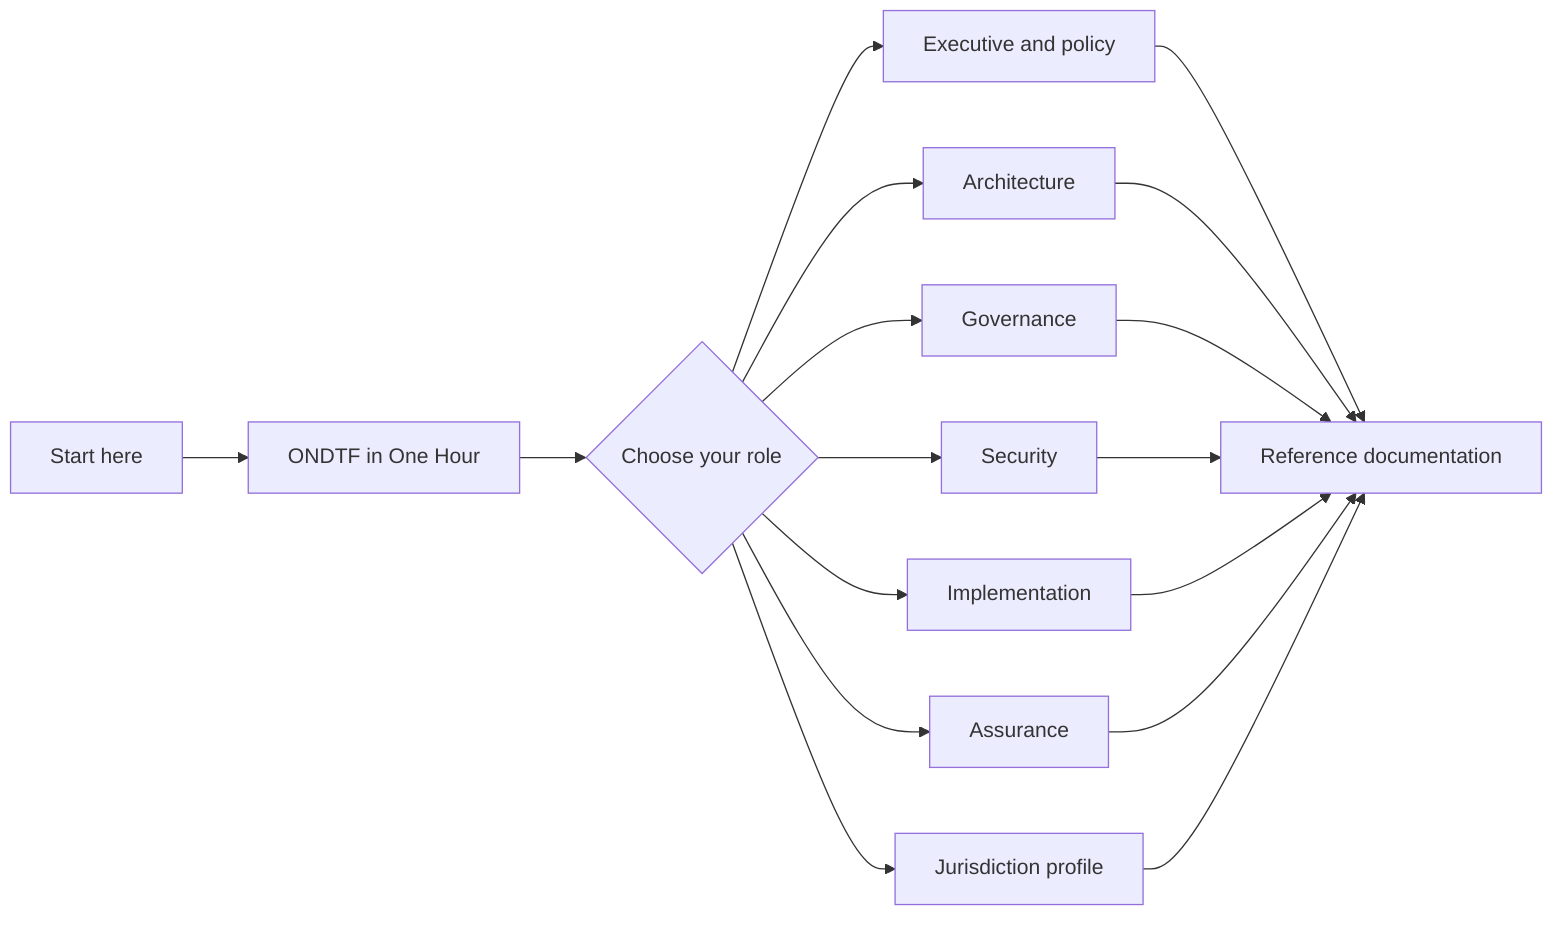
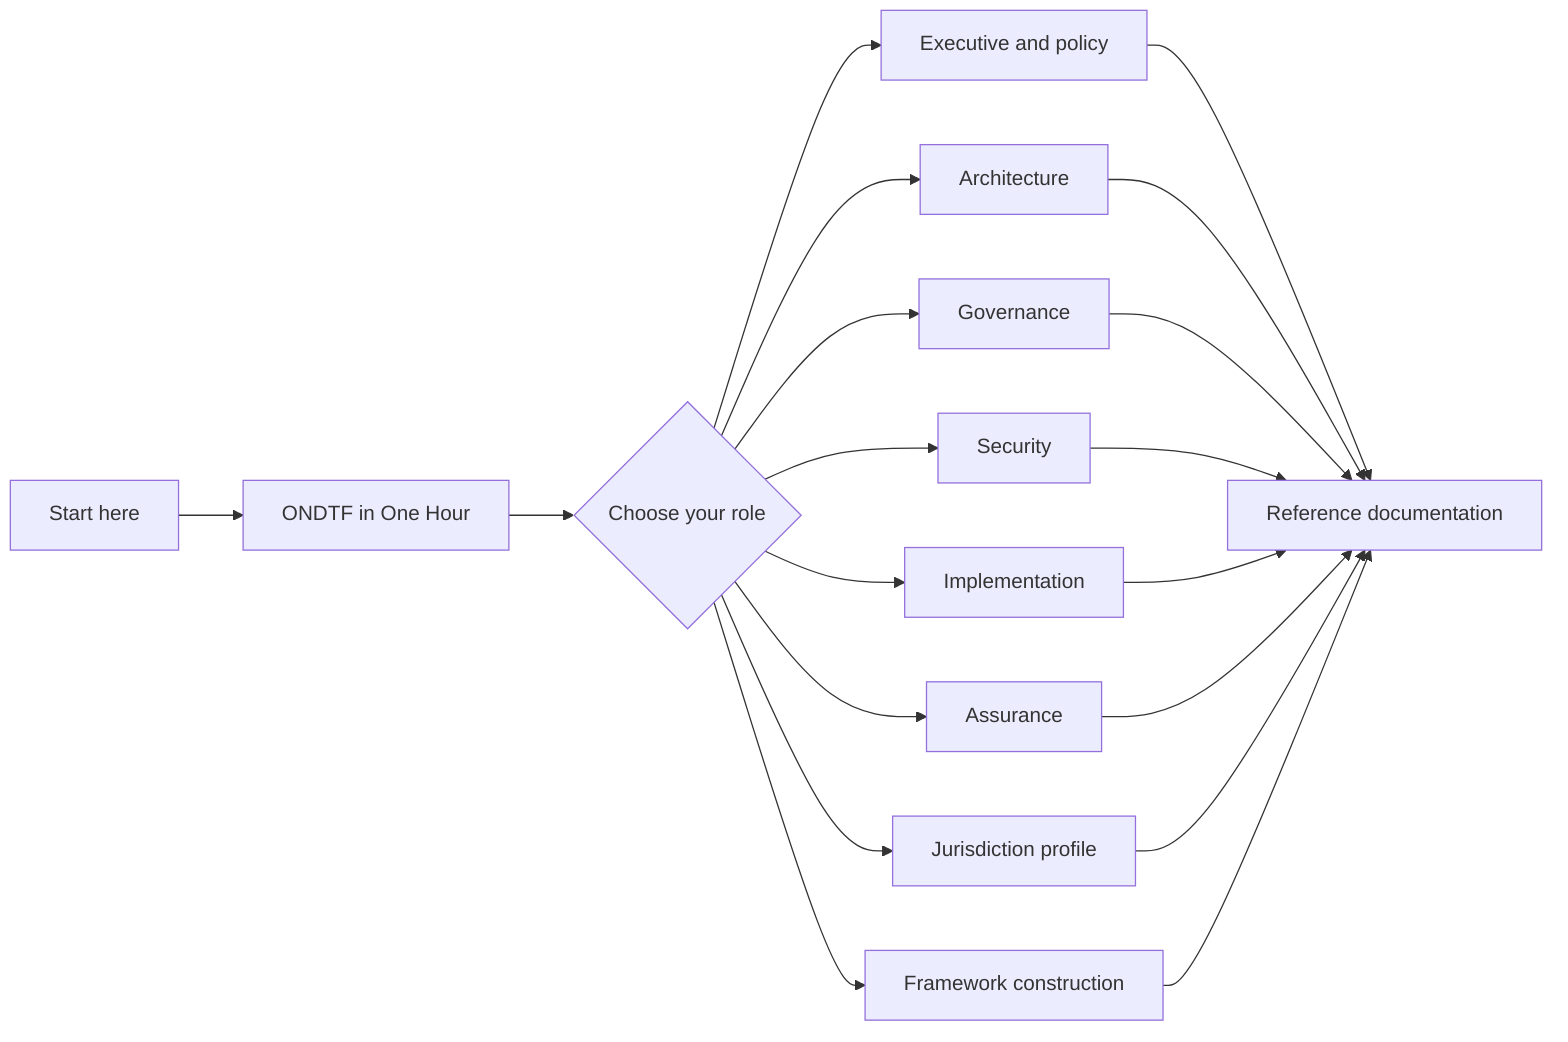
flowchart LR
  START[Start here] --> HOUR[ONDTF in One Hour]
  HOUR --> ROLE{Choose your role}
  ROLE --> EP[Executive and policy]
  ROLE --> AR[Architecture]
  ROLE --> GV[Governance]
  ROLE --> SE[Security]
  ROLE --> IM[Implementation]
  ROLE --> AS[Assurance]
  ROLE --> JP[Jurisdiction profile]
+   ROLE --> FC[Framework construction]
  EP --> REF[Reference documentation]
  AR --> REF
  GV --> REF
  SE --> REF
  IM --> REF
  AS --> REF
  JP --> REF
+   FC --> REF
